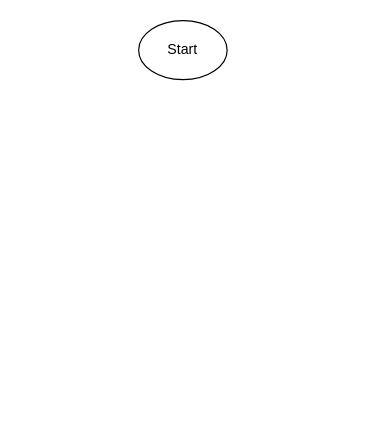
The draw.io diagram Quizzes/Untitled Diagram.drawio in zelaneroz/unit-3, before the edit. Source tidied: cells renumbered, new cells numbered last; positions are measured from the earlier drawing's top-left corner, leaving out a move shared by most shapes. Both pictures are drawn from the tidied source at 118%, with x=0, y=0 at pixel (138, 20).
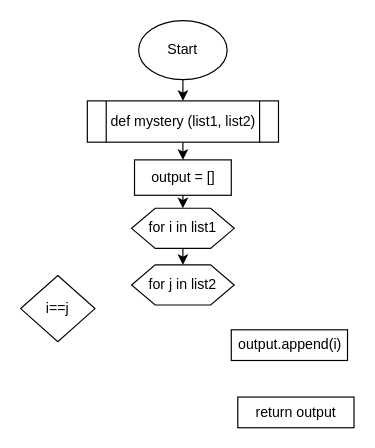
After the change.

The edit, as a diff of the source:
```diff
@@
 <mxGraphModel>
   <root>
     <mxCell id="0" />
     <mxCell id="1" parent="0" />
+    <mxCell id="3" style="edgeStyle=orthogonalEdgeStyle;rounded=0;jettySize=auto;html=1;exitX=0.5;exitY=1;exitDx=0;exitDy=0;entryX=0.5;entryY=0;entryDx=0;entryDy=0;" parent="1" edge="1" source="2" target="5">
+      <mxGeometry relative="1" as="geometry" />
+    </mxCell>
     <mxCell id="2" value="Start" style="ellipse;whiteSpace=wrap;html=1;" parent="1" vertex="1">
       <mxGeometry width="75" height="50" as="geometry" />
     </mxCell>
+    <mxCell id="4" style="edgeStyle=orthogonalEdgeStyle;rounded=0;jettySize=auto;html=1;exitX=0.5;exitY=1;exitDx=0;exitDy=0;entryX=0.5;entryY=0;entryDx=0;entryDy=0;" parent="1" edge="1" source="5" target="7">
+      <mxGeometry relative="1" as="geometry" />
+    </mxCell>
+    <mxCell id="5" value="def mystery (list1, list2)" style="shape=process;whiteSpace=wrap;html=1;backgroundOutline=1;" parent="1" vertex="1">
+      <mxGeometry x="-43.5" y="68" width="162" height="35" as="geometry" />
+    </mxCell>
+    <mxCell id="6" style="edgeStyle=orthogonalEdgeStyle;rounded=0;jettySize=auto;html=1;exitX=0.5;exitY=1;exitDx=0;exitDy=0;entryX=0.5;entryY=0;entryDx=0;entryDy=0;" parent="1" edge="1" source="7" target="9">
+      <mxGeometry relative="1" as="geometry" />
+    </mxCell>
+    <mxCell id="7" value="output = []" style="rounded=0;whiteSpace=wrap;html=1;" parent="1" vertex="1">
+      <mxGeometry x="-3.5" y="118" width="82" height="30" as="geometry" />
+    </mxCell>
+    <mxCell id="8" style="edgeStyle=orthogonalEdgeStyle;rounded=0;jettySize=auto;html=1;exitX=0.5;exitY=1;exitDx=0;exitDy=0;entryX=0.5;entryY=0;entryDx=0;entryDy=0;" parent="1" edge="1" source="9">
+      <mxGeometry relative="1" as="geometry">
+        <mxPoint x="37.5" y="207" as="targetPoint" />
+      </mxGeometry>
+    </mxCell>
+    <mxCell id="9" value="for i in list1" style="shape=hexagon;perimeter=hexagonPerimeter2;whiteSpace=wrap;html=1;fixedSize=1;" parent="1" vertex="1">
+      <mxGeometry x="-6" y="159" width="87" height="34" as="geometry" />
+    </mxCell>
+    <mxCell id="10" value="i==j" style="rhombus;whiteSpace=wrap;html=1;" parent="1" vertex="1">
+      <mxGeometry x="-100" y="216" width="63" height="56" as="geometry" />
+    </mxCell>
+    <mxCell id="11" value="for j in list2" style="shape=hexagon;perimeter=hexagonPerimeter2;whiteSpace=wrap;html=1;fixedSize=1;" parent="1" vertex="1">
+      <mxGeometry x="-6" y="207" width="87" height="34" as="geometry" />
+    </mxCell>
+    <mxCell id="12" value="output.append(i)" style="rounded=0;whiteSpace=wrap;html=1;" parent="1" vertex="1">
+      <mxGeometry x="78.5" y="262" width="98.5" height="26" as="geometry" />
+    </mxCell>
+    <mxCell id="13" value="return output" style="rounded=0;whiteSpace=wrap;html=1;" parent="1" vertex="1">
+      <mxGeometry x="84" y="319" width="98.5" height="26" as="geometry" />
+    </mxCell>
   </root>
 </mxGraphModel>
```
